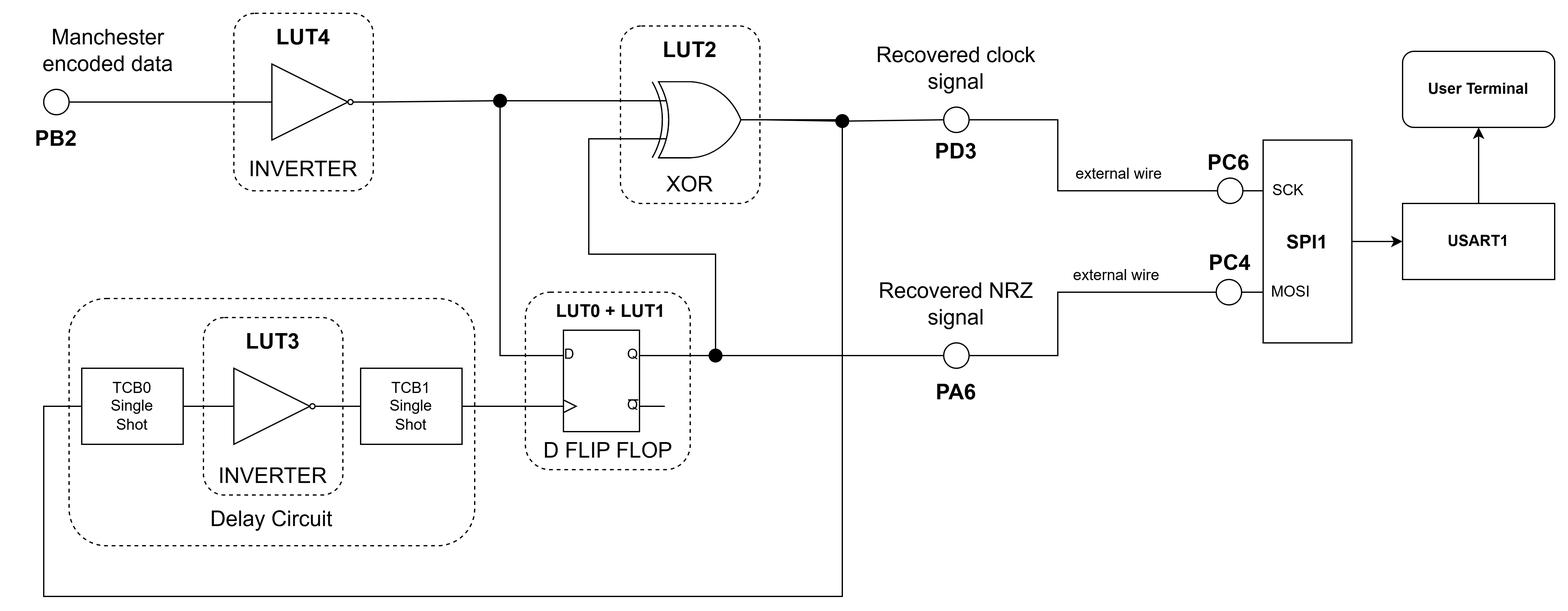
The draw.io diagram Manchester_Decoder/images/decoder-block-diagram.png in microchip-pic-avr-examples/avr128da48-cnano-manchester-mplab-mcc, before a commit. Source tidied: cells renumbered, new cells last; positions are measured from the earlier drawing's top-left corner, leaving out a move shared by most shapes.
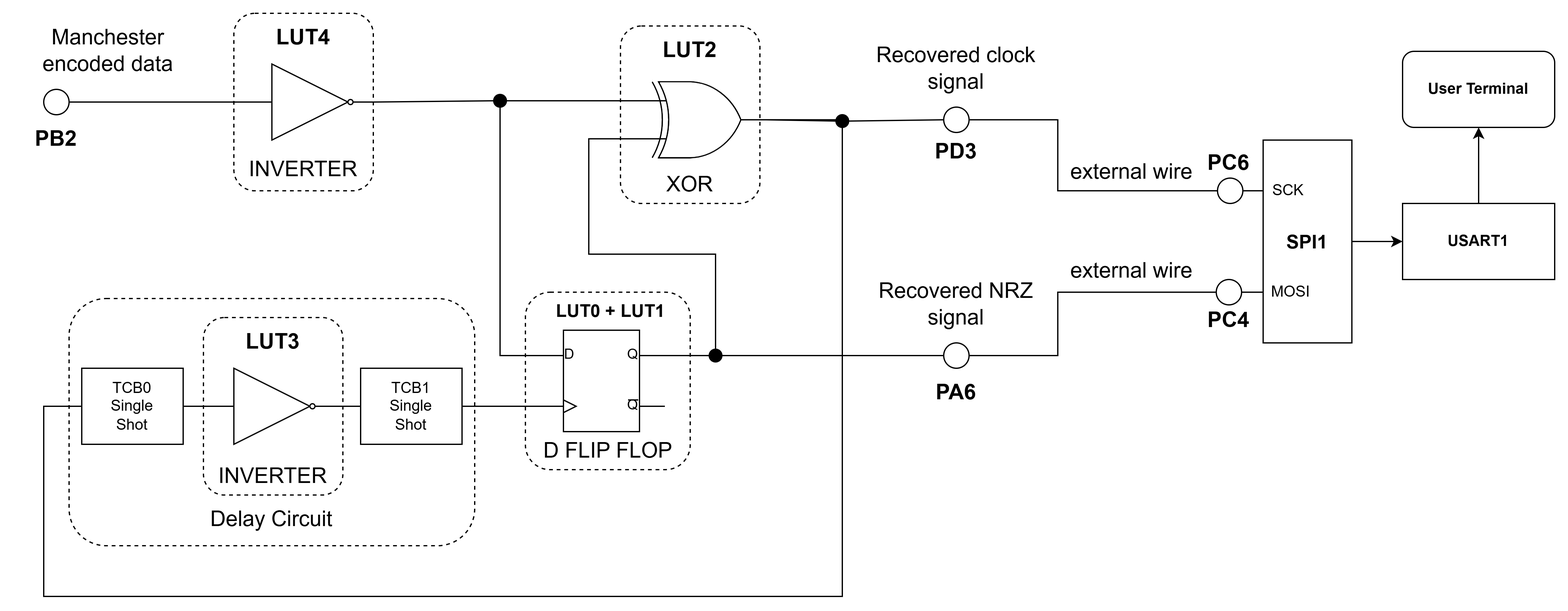
After the change.

Diff of the diagram source:
```diff
@@ -235,13 +235,13 @@
       <mxGeometry x="939" y="109" width="40" height="20" as="geometry" />
     </mxCell>
     <mxCell id="61" value="&lt;b&gt;PC4&lt;/b&gt;" style="text;html=1;strokeColor=none;fillColor=none;align=center;verticalAlign=middle;whiteSpace=wrap;rounded=0;fontSize=17;" parent="1" vertex="1">
-      <mxGeometry x="940" y="188" width="40" height="20" as="geometry" />
+      <mxGeometry x="939" y="233" width="40" height="20" as="geometry" />
     </mxCell>
-    <mxCell id="62" value="external&amp;nbsp;&lt;span style=&quot;background-color: transparent; color: light-dark(rgb(0, 0, 0), rgb(255, 255, 255));&quot;&gt;wire&lt;/span&gt;" style="text;html=1;align=center;verticalAlign=middle;strokeColor=none;fillColor=none;" parent="1" vertex="1">
-      <mxGeometry x="828" y="113" width="87" height="27" as="geometry" />
+    <mxCell id="62" value="&lt;font style=&quot;font-size: 17px;&quot;&gt;external&amp;nbsp;&lt;span style=&quot;background-color: transparent; color: light-dark(rgb(0, 0, 0), rgb(255, 255, 255));&quot;&gt;wire&lt;/span&gt;&lt;/font&gt;" style="text;html=1;align=center;verticalAlign=middle;strokeColor=none;fillColor=none;" parent="1" vertex="1">
+      <mxGeometry x="825" y="110" width="114" height="32" as="geometry" />
     </mxCell>
-    <mxCell id="63" value="external&amp;nbsp;&lt;span style=&quot;background-color: transparent; color: light-dark(rgb(0, 0, 0), rgb(255, 255, 255));&quot;&gt;wire&lt;/span&gt;" style="text;html=1;align=center;verticalAlign=middle;strokeColor=none;fillColor=none;" parent="1" vertex="1">
-      <mxGeometry x="827" y="193" width="87" height="27" as="geometry" />
+    <mxCell id="63" value="&lt;font style=&quot;font-size: 17px;&quot;&gt;external&amp;nbsp;&lt;span style=&quot;background-color: transparent; color: light-dark(rgb(0, 0, 0), rgb(255, 255, 255));&quot;&gt;wire&lt;/span&gt;&lt;/font&gt;" style="text;html=1;align=center;verticalAlign=middle;strokeColor=none;fillColor=none;" parent="1" vertex="1">
+      <mxGeometry x="825" y="188" width="114" height="32" as="geometry" />
     </mxCell>
   </root>
 </mxGraphModel>
```
